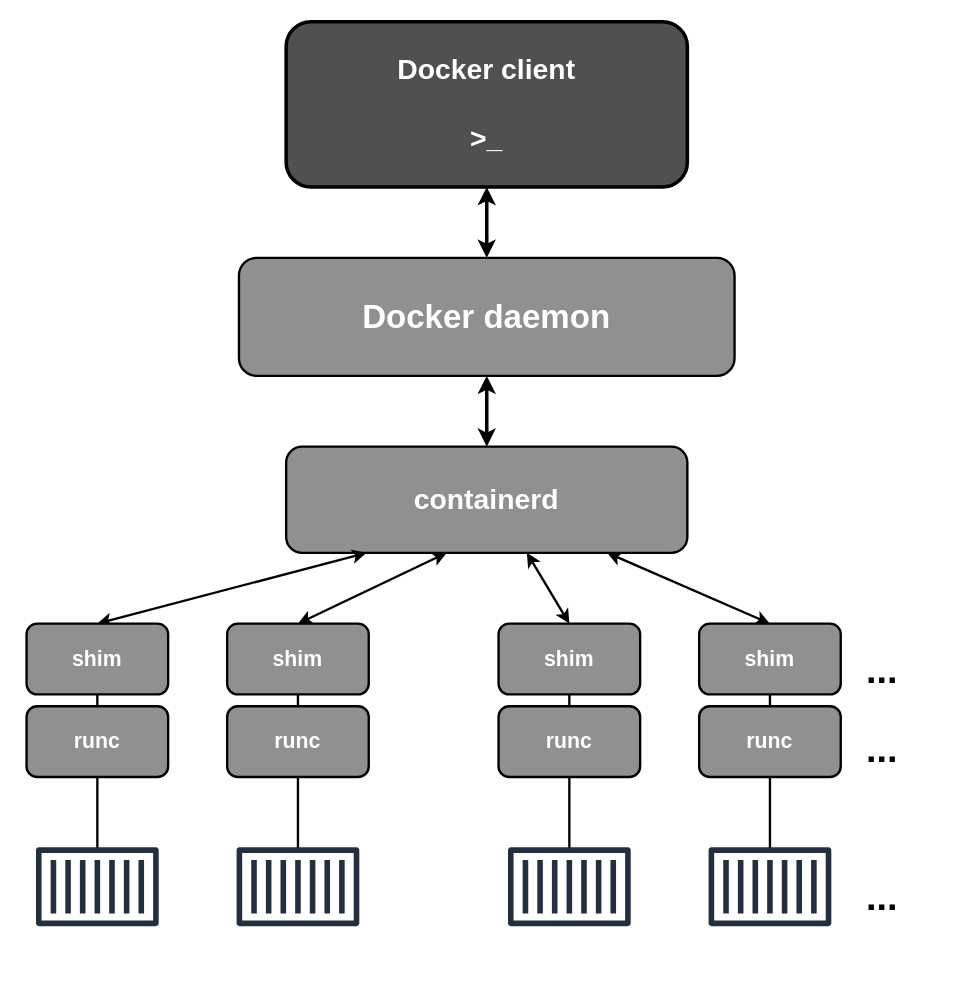
Before: figures/poultonDockerDeepDive2019-dockerEngineArch.drawio in andygruber/master-thesis-mcce, a draw.io diagram. Source tidied: cells renumbered, new cells numbered last; positions are measured from the earlier drawing's top-left corner, leaving out a move shared by most shapes. Both pictures are drawn from the tidied source at 118%, with x=0, y=0 at pixel (20, 21).
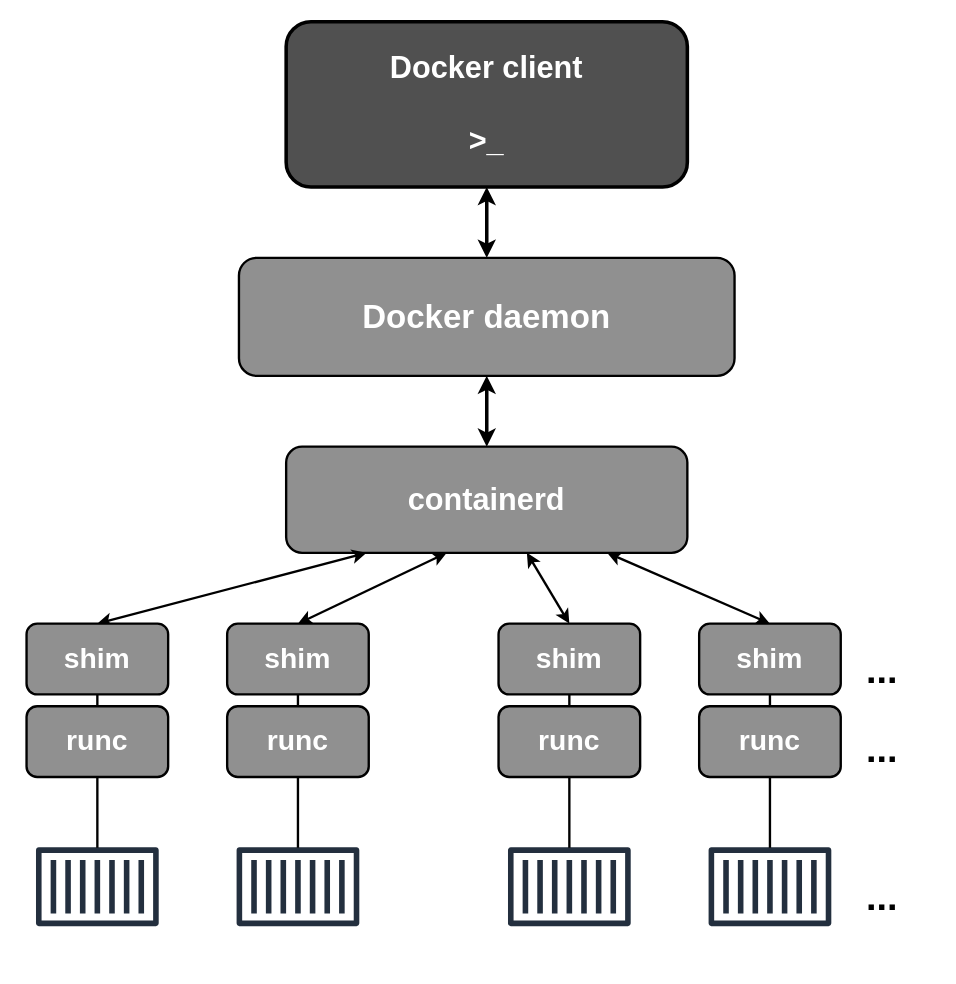
After the change.

The edit, as a diff of the source:
```diff
@@
-    <mxCell id="2" value="Docker client&#10;&#10;&gt;_" style="rounded=1;whiteSpace=wrap;html=1;fillColor=#505050;strokeColor=light-dark(#000000, #008da1);strokeWidth=3;fontColor=#FFFFFF;fontSize=24;fontStyle=1;verticalAlign=middle;" parent="1" vertex="1">
+    <mxCell id="2" value="Docker client&#10;&#10;&amp;gt;_" style="rounded=1;whiteSpace=wrap;html=1;fillColor=#505050;strokeColor=light-dark(#000000, #008da1);strokeWidth=3;fontColor=#FFFFFF;fontSize=26;fontStyle=1;verticalAlign=middle;" parent="1" vertex="1">
       <mxGeometry x="225" width="340" height="140" as="geometry" />
     </mxCell>
@@
-    <mxCell id="6" value="containerd" style="rounded=1;whiteSpace=wrap;html=1;fillColor=#909090;strokeColor=#000000;strokeWidth=2;fontColor=#FFFFFF;fontSize=24;fontStyle=1;verticalAlign=middle;" parent="1" vertex="1">
+    <mxCell id="6" value="containerd" style="rounded=1;whiteSpace=wrap;html=1;fillColor=#909090;strokeColor=#000000;strokeWidth=2;fontColor=#FFFFFF;fontSize=26;fontStyle=1;verticalAlign=middle;" parent="1" vertex="1">
       <mxGeometry x="225" y="360" width="340" height="90" as="geometry" />
     </mxCell>
@@
-    <mxCell id="11" value="shim" style="rounded=1;whiteSpace=wrap;html=1;fillColor=#909090;strokeColor=#000000;strokeWidth=2;fontColor=#FFFFFF;fontSize=18;fontStyle=1;verticalAlign=middle;" parent="1" vertex="1">
+    <mxCell id="11" value="shim" style="rounded=1;whiteSpace=wrap;html=1;fillColor=#909090;strokeColor=#000000;strokeWidth=2;fontColor=#FFFFFF;fontSize=24;fontStyle=1;verticalAlign=middle;" parent="1" vertex="1">
       <mxGeometry x="5" y="510" width="120" height="60" as="geometry" />
     </mxCell>
-    <mxCell id="12" value="shim" style="rounded=1;whiteSpace=wrap;html=1;fillColor=#909090;strokeColor=#000000;strokeWidth=2;fontColor=#FFFFFF;fontSize=18;fontStyle=1;verticalAlign=middle;" parent="1" vertex="1">
+    <mxCell id="12" value="shim" style="rounded=1;whiteSpace=wrap;html=1;fillColor=#909090;strokeColor=#000000;strokeWidth=2;fontColor=#FFFFFF;fontSize=24;fontStyle=1;verticalAlign=middle;" parent="1" vertex="1">
       <mxGeometry x="175" y="510" width="120" height="60" as="geometry" />
     </mxCell>
-    <mxCell id="13" value="shim" style="rounded=1;whiteSpace=wrap;html=1;fillColor=#909090;strokeColor=#000000;strokeWidth=2;fontColor=#FFFFFF;fontSize=18;fontStyle=1;verticalAlign=middle;" parent="1" vertex="1">
+    <mxCell id="13" value="shim" style="rounded=1;whiteSpace=wrap;html=1;fillColor=#909090;strokeColor=#000000;strokeWidth=2;fontColor=#FFFFFF;fontSize=24;fontStyle=1;verticalAlign=middle;" parent="1" vertex="1">
       <mxGeometry x="405" y="510" width="120" height="60" as="geometry" />
     </mxCell>
-    <mxCell id="14" value="shim" style="rounded=1;whiteSpace=wrap;html=1;fillColor=#909090;strokeColor=#000000;strokeWidth=2;fontColor=#FFFFFF;fontSize=18;fontStyle=1;verticalAlign=middle;" parent="1" vertex="1">
+    <mxCell id="14" value="shim" style="rounded=1;whiteSpace=wrap;html=1;fillColor=#909090;strokeColor=#000000;strokeWidth=2;fontColor=#FFFFFF;fontSize=24;fontStyle=1;verticalAlign=middle;" parent="1" vertex="1">
       <mxGeometry x="575" y="510" width="120" height="60" as="geometry" />
     </mxCell>
@@
-    <mxCell id="16" value="runc" style="rounded=1;whiteSpace=wrap;html=1;fillColor=#909090;strokeColor=#000000;strokeWidth=2;fontColor=#FFFFFF;fontSize=18;fontStyle=1;verticalAlign=middle;" parent="1" vertex="1">
+    <mxCell id="16" value="runc" style="rounded=1;whiteSpace=wrap;html=1;fillColor=#909090;strokeColor=#000000;strokeWidth=2;fontColor=#FFFFFF;fontSize=24;fontStyle=1;verticalAlign=middle;" parent="1" vertex="1">
       <mxGeometry x="5" y="580" width="120" height="60" as="geometry" />
     </mxCell>
-    <mxCell id="17" value="runc" style="rounded=1;whiteSpace=wrap;html=1;fillColor=#909090;strokeColor=#000000;strokeWidth=2;fontColor=#FFFFFF;fontSize=18;fontStyle=1;verticalAlign=middle;" parent="1" vertex="1">
+    <mxCell id="17" value="runc" style="rounded=1;whiteSpace=wrap;html=1;fillColor=#909090;strokeColor=#000000;strokeWidth=2;fontColor=#FFFFFF;fontSize=24;fontStyle=1;verticalAlign=middle;" parent="1" vertex="1">
       <mxGeometry x="175" y="580" width="120" height="60" as="geometry" />
     </mxCell>
-    <mxCell id="18" value="runc" style="rounded=1;whiteSpace=wrap;html=1;fillColor=#909090;strokeColor=#000000;strokeWidth=2;fontColor=#FFFFFF;fontSize=18;fontStyle=1;verticalAlign=middle;" parent="1" vertex="1">
+    <mxCell id="18" value="runc" style="rounded=1;whiteSpace=wrap;html=1;fillColor=#909090;strokeColor=#000000;strokeWidth=2;fontColor=#FFFFFF;fontSize=24;fontStyle=1;verticalAlign=middle;" parent="1" vertex="1">
       <mxGeometry x="405" y="580" width="120" height="60" as="geometry" />
     </mxCell>
-    <mxCell id="19" value="runc" style="rounded=1;whiteSpace=wrap;html=1;fillColor=#909090;strokeColor=#000000;strokeWidth=2;fontColor=#FFFFFF;fontSize=18;fontStyle=1;verticalAlign=middle;" parent="1" vertex="1">
+    <mxCell id="19" value="runc" style="rounded=1;whiteSpace=wrap;html=1;fillColor=#909090;strokeColor=#000000;strokeWidth=2;fontColor=#FFFFFF;fontSize=24;fontStyle=1;verticalAlign=middle;" parent="1" vertex="1">
       <mxGeometry x="575" y="580" width="120" height="60" as="geometry" />
     </mxCell>
```
